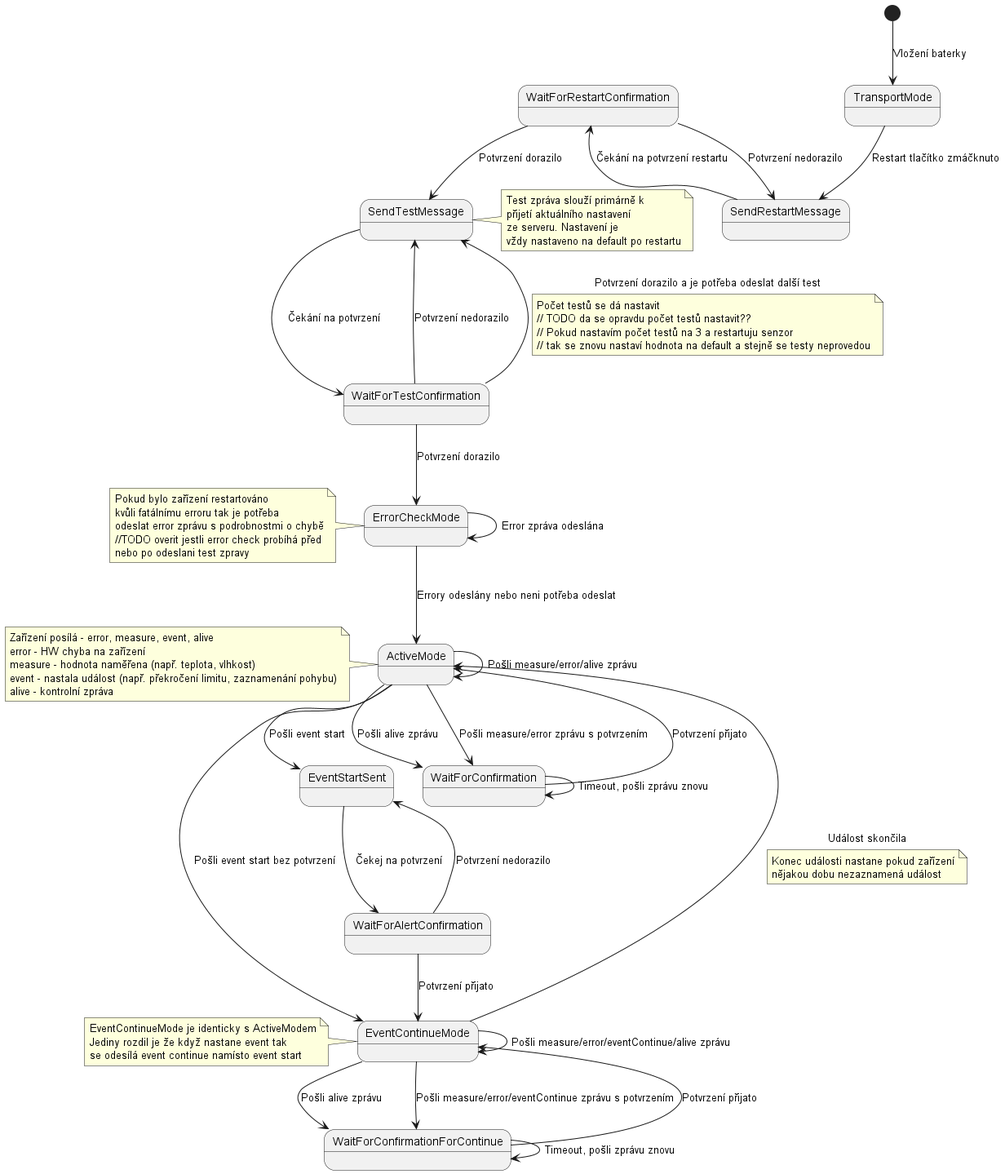
The PlantUML diagram deviceComunicationDocumentation.png in Netlia/documentation, before a commit. Its diagram source:
```plantuml
@startuml
[*] --> TransportMode : Vložení baterky
TransportMode --> SendRestartMessage : Restart tlačítko zmáčknuto

SendRestartMessage --> WaitForRestartConfirmation : Čekání na potvrzení restartu
WaitForRestartConfirmation --> SendRestartMessage : Potvrzení nedorazilo
WaitForRestartConfirmation --> SendTestMessage : Potvrzení dorazilo

SendTestMessage --> WaitForTestConfirmation : Čekání na potvrzení
WaitForTestConfirmation --> SendTestMessage : Potvrzení nedorazilo
note right of SendTestMessage
Test zpráva slouží primárně k
přijetí aktuálního nastavení
ze serveru. Nastavení je
vždy nastaveno na default po restartu
end note

WaitForTestConfirmation --> ErrorCheckMode : Potvrzení dorazilo
WaitForTestConfirmation --> SendTestMessage : Potvrzení dorazilo a je potřeba odeslat další test
Note on link
Počet testů se dá nastavit
// TODO da se opravdu počet testů nastavit??
// Pokud nastavím počet testů na 3 a restartuju senzor
// tak se znovu nastaví hodnota na default a stejně se testy neprovedou
endNote

ErrorCheckMode --> ActiveMode : Errory odeslány nebo neni potřeba odeslat
ErrorCheckMode --> ErrorCheckMode : Error zpráva odeslána
note left of ErrorCheckMode
Pokud bylo zařízení restartováno
kvůli fatálnímu erroru tak je potřeba
odeslat error zprávu s podrobnostmi o chybě
//TODO overit jestli error check probíhá před
nebo po odeslani test zpravy
end note

ActiveMode --> EventStartSent : Pošli event start

WaitForConfirmation --> ActiveMode : Potvrzení přijato
WaitForConfirmation --> WaitForConfirmation : Timeout, pošli zprávu znovu

ActiveMode --> WaitForConfirmation : Pošli alive zprávu
note left of ActiveMode
Zařízení posílá - error, measure, event, alive
error - HW chyba na zařízení
measure - hodnota naměřena (např. teplota, vlhkost)
event - nastala událost (např. překročení limitu, zaznamenání pohybu)
alive - kontrolní zpráva
end note

ActiveMode --> ActiveMode : Pošli measure/error/alive zprávu
ActiveMode --> WaitForConfirmation : Pošli measure/error zprávu s potvrzením
ActiveMode --> EventContinueMode : Pošli event start bez potvrzení

EventStartSent --> WaitForAlertConfirmation : Čekej na potvrzení
WaitForAlertConfirmation --> EventStartSent : Potvrzení nedorazilo
WaitForAlertConfirmation --> EventContinueMode : Potvrzení přijato

EventContinueMode --> WaitForConfirmationForContinue : Pošli alive zprávu
note left of EventContinueMode
EventContinueMode je identicky s ActiveModem
Jediny rozdil je že když nastane event tak
se odesílá event continue namísto event start
end note

EventContinueMode --> EventContinueMode : Pošli measure/error/eventContinue/alive zprávu
EventContinueMode --> WaitForConfirmationForContinue : Pošli measure/error/eventContinue zprávu s potvrzením
EventContinueMode --> ActiveMode : Událost skončila
note on link
Konec události nastane pokud zařízení
nějakou dobu nezaznamená událost
end note

WaitForConfirmationForContinue --> EventContinueMode : Potvrzení přijato
WaitForConfirmationForContinue --> WaitForConfirmationForContinue : Timeout, pošli zprávu znovu
@enduml
```
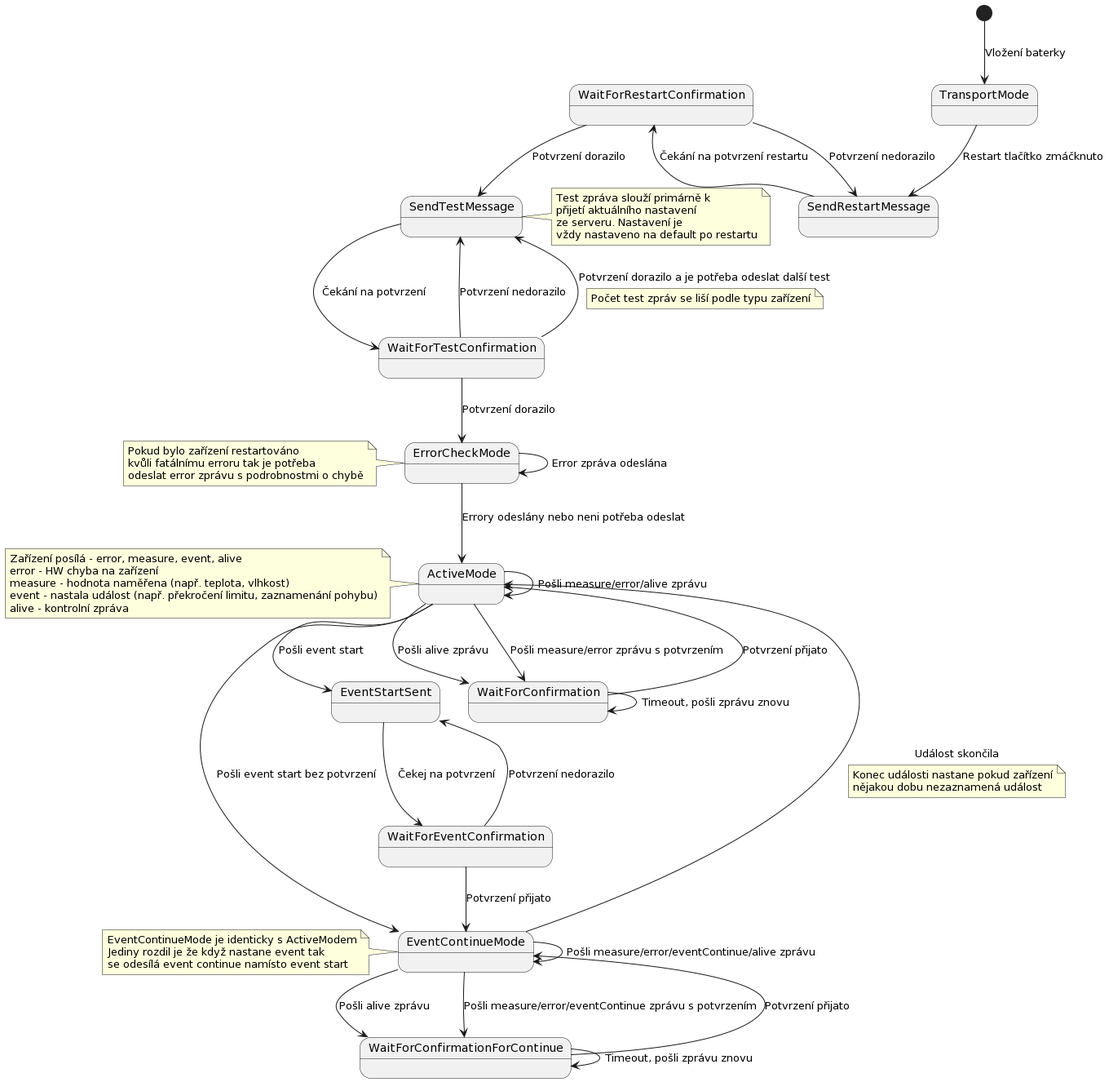
After the commit.

Commit message:
improved error documentation, corected diagram, fixed restart message

Diff of the diagram source:
```diff
@@ -18,10 +18,7 @@
 WaitForTestConfirmation --> ErrorCheckMode : Potvrzení dorazilo
 WaitForTestConfirmation --> SendTestMessage : Potvrzení dorazilo a je potřeba odeslat další test
 Note on link
-Počet testů se dá nastavit
-// TODO da se opravdu počet testů nastavit??
-// Pokud nastavím počet testů na 3 a restartuju senzor
-// tak se znovu nastaví hodnota na default a stejně se testy neprovedou
+Počet test zpráv se liší podle typu zařízení
 endNote
 
 ErrorCheckMode --> ActiveMode : Errory odeslány nebo neni potřeba odeslat
@@ -30,8 +27,6 @@
 Pokud bylo zařízení restartováno
 kvůli fatálnímu erroru tak je potřeba
 odeslat error zprávu s podrobnostmi o chybě
-//TODO overit jestli error check probíhá před
-nebo po odeslani test zpravy
 end note
 
 ActiveMode --> EventStartSent : Pošli event start
@@ -52,9 +47,9 @@
 ActiveMode --> WaitForConfirmation : Pošli measure/error zprávu s potvrzením
 ActiveMode --> EventContinueMode : Pošli event start bez potvrzení
 
-EventStartSent --> WaitForAlertConfirmation : Čekej na potvrzení
-WaitForAlertConfirmation --> EventStartSent : Potvrzení nedorazilo
-WaitForAlertConfirmation --> EventContinueMode : Potvrzení přijato
+EventStartSent --> WaitForEventConfirmation : Čekej na potvrzení
+WaitForEventConfirmation --> EventStartSent : Potvrzení nedorazilo
+WaitForEventConfirmation --> EventContinueMode : Potvrzení přijato
 
 EventContinueMode --> WaitForConfirmationForContinue : Pošli alive zprávu
 note left of EventContinueMode
```
